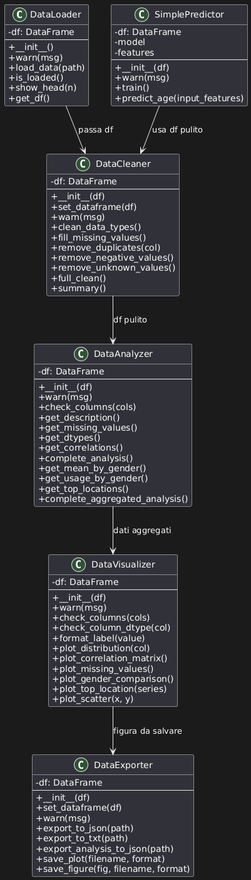
Earlier version of the PlantUML export p1/PlantUML.png (AleVented/AleVented.github.io).
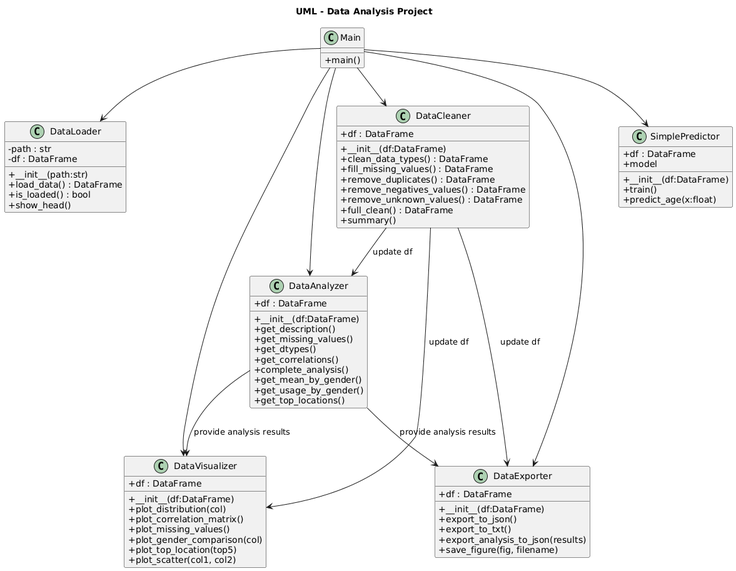
The same file after the commit.

What changed in the source:
```diff
@@ -1,39 +1,33 @@
 @startuml
+title UML - Data Analysis Project
+
 skinparam classAttributeIconSize 0
 
 
 class DataLoader {
-    - df: DataFrame
-    --
-    + __init__()
-    + warn(msg)
-    + load_data(path)
-    + is_loaded()
-    + show_head(n)
-    + get_df()
+    - path : str
+    - df : DataFrame
+    + __init__(path:str)
+    + load_data() : DataFrame
+    + is_loaded() : bool
+    + show_head()
 }
 
 class DataCleaner {
-    - df: DataFrame
-    --
-    + __init__(df)
-    + set_dataframe(df)
-    + warn(msg)
-    + clean_data_types()
-    + fill_missing_values()
-    + remove_duplicates(col)
-    + remove_negative_values()
-    + remove_unknown_values()
-    + full_clean()
+    + df : DataFrame
+    + __init__(df:DataFrame)
+    + clean_data_types() : DataFrame
+    + fill_missing_values() : DataFrame
+    + remove_duplicates() : DataFrame
+    + remove_negatives_values() : DataFrame
+    + remove_unknown_values() : DataFrame
+    + full_clean() : DataFrame
     + summary()
 }
 
 class DataAnalyzer {
-    - df: DataFrame
-    --
-    + __init__(df)
-    + warn(msg)
-    + check_columns(cols)
+    + df : DataFrame
+    + __init__(df:DataFrame)
     + get_description()
     + get_missing_values()
     + get_dtypes()
@@ -42,53 +36,51 @@
     + get_mean_by_gender()
     + get_usage_by_gender()
     + get_top_locations()
-    + complete_aggregated_analysis()
 }
 
 class DataVisualizer {
-    - df: DataFrame
-    --
-    + __init__(df)
-    + warn(msg)
-    + check_columns(cols)
-    + check_column_dtype(col)
-    + format_label(value)
+    + df : DataFrame
+    + __init__(df:DataFrame)
     + plot_distribution(col)
     + plot_correlation_matrix()
     + plot_missing_values()
-    + plot_gender_comparison()
-    + plot_top_location(series)
-    + plot_scatter(x, y)
+    + plot_gender_comparison(col)
+    + plot_top_location(top5)
+    + plot_scatter(col1, col2)
 }
 
 class DataExporter {
-    - df: DataFrame
-    --
-    + __init__(df)
-    + set_dataframe(df)
-    + warn(msg)
-    + export_to_json(path)
-    + export_to_txt(path)
-    + export_analysis_to_json(path)
-    + save_plot(filename, format)
-    + save_figure(fig, filename, format)
+    + df : DataFrame
+    + __init__(df:DataFrame)
+    + export_to_json()
+    + export_to_txt()
+    + export_analysis_to_json(results)
+    + save_figure(fig, filename)
 }
 
 class SimplePredictor {
-    - df: DataFrame
-    - model
-    - features
-    --
-    + __init__(df)
-    + warn(msg)
+    + df : DataFrame
+    + model
+    + __init__(df:DataFrame)
     + train()
-    + predict_age(input_features)
+    + predict_age(x:float)
+}
+
+class Main {
+    + main()
 }
 
 
-DataLoader --> DataCleaner : passa df
-DataCleaner --> DataAnalyzer : df pulito
-DataAnalyzer --> DataVisualizer : dati aggregati
-DataVisualizer --> DataExporter : figura da salvare
-SimplePredictor --> DataCleaner : usa df pulito
+Main --> DataLoader
+Main --> DataCleaner
+Main --> DataAnalyzer
+Main --> DataVisualizer
+Main --> DataExporter
+Main --> SimplePredictor
+
+DataCleaner --> DataAnalyzer : update df
+DataCleaner --> DataVisualizer : update df
+DataCleaner --> DataExporter : update df
+DataAnalyzer --> DataVisualizer : provide analysis results
+DataAnalyzer --> DataExporter : provide analysis results
 @enduml
```
